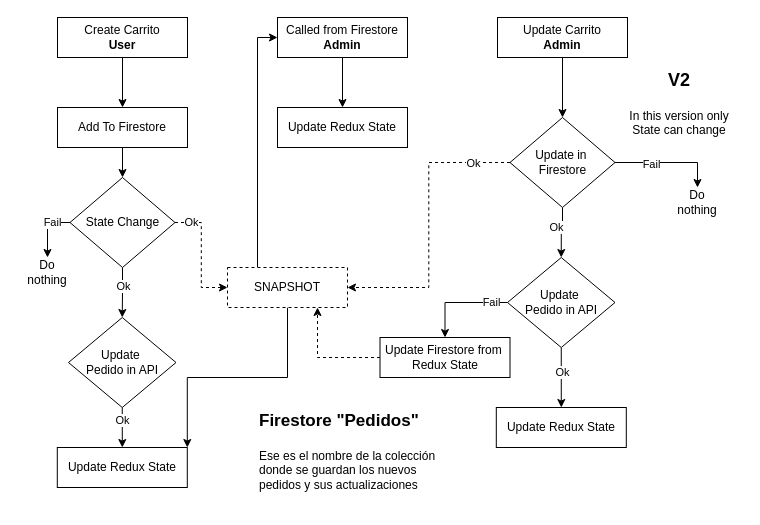
The draw.io diagram D_Actividad Pedidos Firestore.drawio in ariel0000/bar-app-diagrams, before the edit. Source tidied: cells renumbered, new cells numbered last; positions are measured from the earlier drawing's top-left corner, leaving out a move shared by most shapes. Both pictures are drawn from the tidied source at 100%, with x=0, y=0 at pixel (17, 17).
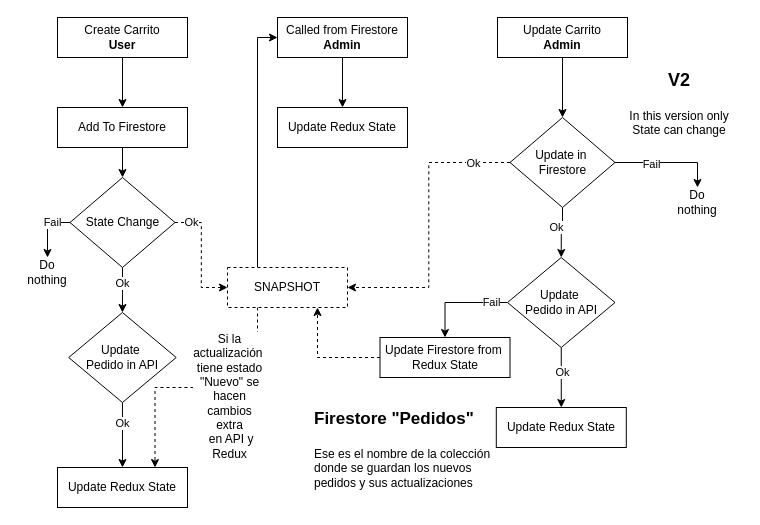
Above is the later version.

The change refers to these unchanged cells:
```xml
<mxCell id="39" value="SNAPSHOT" style="rounded=0;whiteSpace=wrap;html=1;dashed=1;" parent="1" vertex="1">
  <mxGeometry x="210" y="250" width="120" height="40" as="geometry" />
</mxCell>
```

Diff of the diagram source:
```diff
@@
     <mxCell id="18" value="Update&amp;nbsp;&lt;div&gt;Pedido in API&lt;/div&gt;" style="rhombus;whiteSpace=wrap;html=1;" parent="1" vertex="1">
-      <mxGeometry x="51" y="300" width="107.5" height="90" as="geometry" />
+      <mxGeometry x="51.2" y="295" width="107.5" height="90" as="geometry" />
     </mxCell>
     <mxCell id="19" value="Update Redux State" style="rounded=0;whiteSpace=wrap;html=1;" parent="1" vertex="1">
-      <mxGeometry x="39.8" y="430" width="130" height="40" as="geometry" />
+      <mxGeometry x="40" y="450" width="130" height="40" as="geometry" />
     </mxCell>
@@
-    <mxCell id="38" style="edgeStyle=orthogonalEdgeStyle;rounded=0;jettySize=auto;html=1;exitX=0.5;exitY=1;exitDx=0;exitDy=0;entryX=1;entryY=0;entryDx=0;entryDy=0;" parent="1" edge="1" source="39" target="19">
-      <mxGeometry relative="1" as="geometry" />
+    <mxCell id="38" style="edgeStyle=orthogonalEdgeStyle;rounded=0;jettySize=auto;html=1;exitX=0.25;exitY=1;exitDx=0;exitDy=0;entryX=0.75;entryY=0;entryDx=0;entryDy=0;dashed=1;" parent="1" edge="1" source="39" target="19">
+      <mxGeometry relative="1" as="geometry">
+        <Array as="points">
+          <mxPoint x="240" y="370" />
+          <mxPoint x="138" y="370" />
+        </Array>
+      </mxGeometry>
     </mxCell>
+    <mxCell id="44" value="&lt;span style=&quot;font-size: 12px; text-wrap-mode: wrap; background-color: light-dark(rgb(255, 255, 255), rgb(0, 0, 0));&quot;&gt;&lt;font style=&quot;color: light-dark(rgb(0, 0, 0), rgb(255, 255, 0));&quot;&gt;Si la actualización&amp;nbsp;&lt;/font&gt;&lt;/span&gt;&lt;div&gt;&lt;font style=&quot;color: light-dark(rgb(0, 0, 0), rgb(255, 255, 0)); background-color: light-dark(rgb(255, 255, 255), rgb(0, 0, 0));&quot;&gt;&lt;span style=&quot;font-size: 12px; text-wrap-mode: wrap;&quot;&gt;tiene&amp;nbsp;&lt;/span&gt;&lt;span style=&quot;font-size: 12px; text-wrap-mode: wrap;&quot;&gt;estado &quot;Nuevo&quot; se&lt;/span&gt;&lt;/font&gt;&lt;div&gt;&lt;div&gt;&lt;span style=&quot;font-size: 12px; text-wrap-mode: wrap; background-color: light-dark(rgb(255, 255, 255), rgb(0, 0, 0));&quot;&gt;&lt;font style=&quot;color: light-dark(rgb(0, 0, 0), rgb(255, 255, 0));&quot;&gt;hacen cambios extra&lt;/font&gt;&lt;/span&gt;&lt;/div&gt;&lt;div&gt;&lt;span style=&quot;font-size: 12px; text-wrap-mode: wrap; background-color: light-dark(rgb(255, 255, 255), rgb(0, 0, 0));&quot;&gt;&lt;font style=&quot;color: light-dark(rgb(0, 0, 0), rgb(255, 255, 0));&quot;&gt;&amp;nbsp;en API y Redux&lt;/font&gt;&lt;/span&gt;&lt;/div&gt;&lt;/div&gt;&lt;/div&gt;" style="edgeLabel;html=1;align=center;verticalAlign=middle;" parent="38" vertex="1">
+      <mxGeometry x="-0.25" y="-1" relative="1" as="geometry">
+        <mxPoint x="-11" y="9" as="offset" />
+      </mxGeometry>
+    </mxCell>
@@
     <mxCell id="43" value="&lt;h1 style=&quot;margin-top: 0px;&quot;&gt;&lt;font style=&quot;font-size: 17px;&quot;&gt;Firestore &quot;Pedidos&quot;&lt;/font&gt;&lt;/h1&gt;&lt;p&gt;Ese es el nombre de la colección donde se guardan los nuevos pedidos y sus actualizaciones&lt;/p&gt;" style="text;html=1;whiteSpace=wrap;overflow=hidden;rounded=0;" parent="1" vertex="1">
-      <mxGeometry x="240" y="380" width="180" height="100" as="geometry" />
+      <mxGeometry x="294.8" y="378" width="180" height="100" as="geometry" />
     </mxCell>
```
